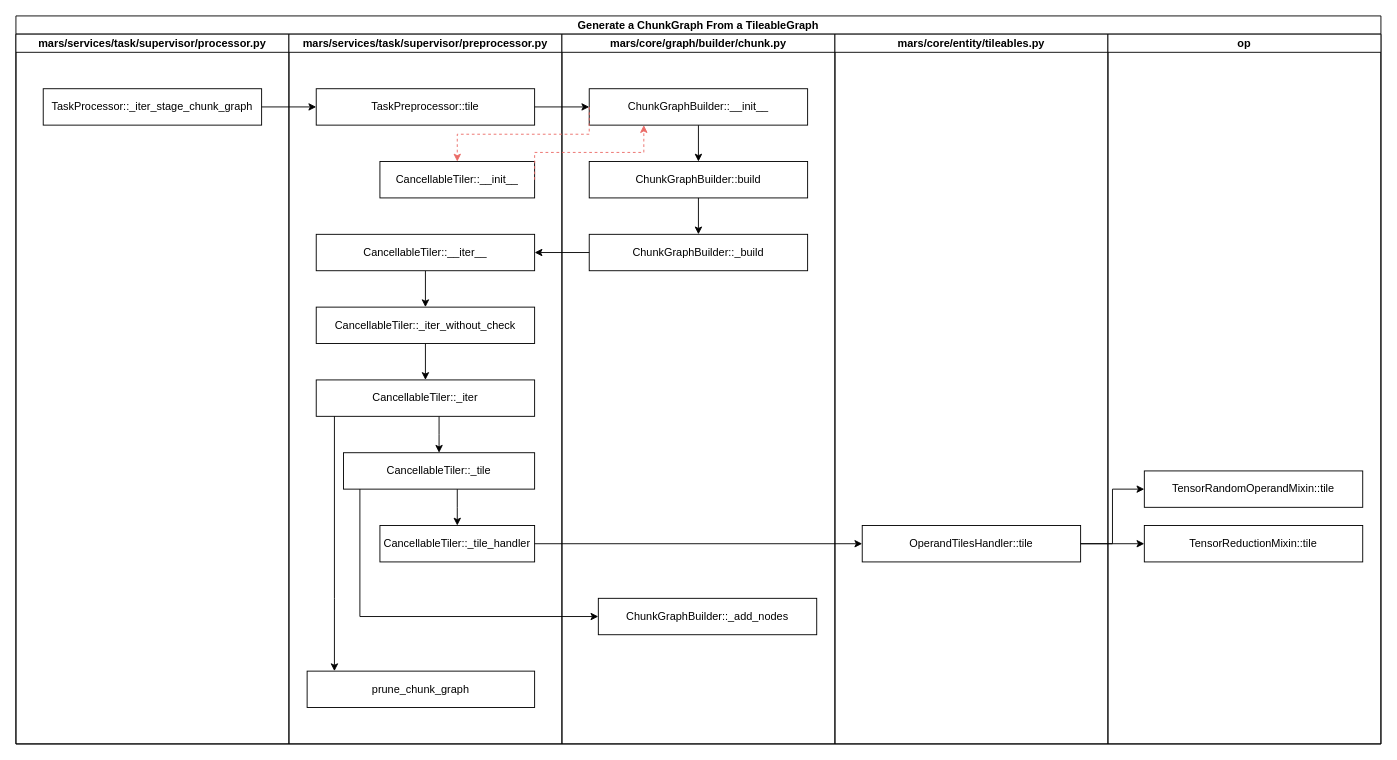
Above: page "Tile" (3 of 3) of graphs/mars_cluster_startup_flow_0.1.drawio in zhongchun/daily (draw.io), before the change. Source tidied: cells renumbered, new cells numbered last; positions are measured from the earlier drawing's top-left corner, leaving out a move shared by most shapes. Both pictures are drawn from the tidied source at 91%, with x=0, y=0 at pixel (15, 15).
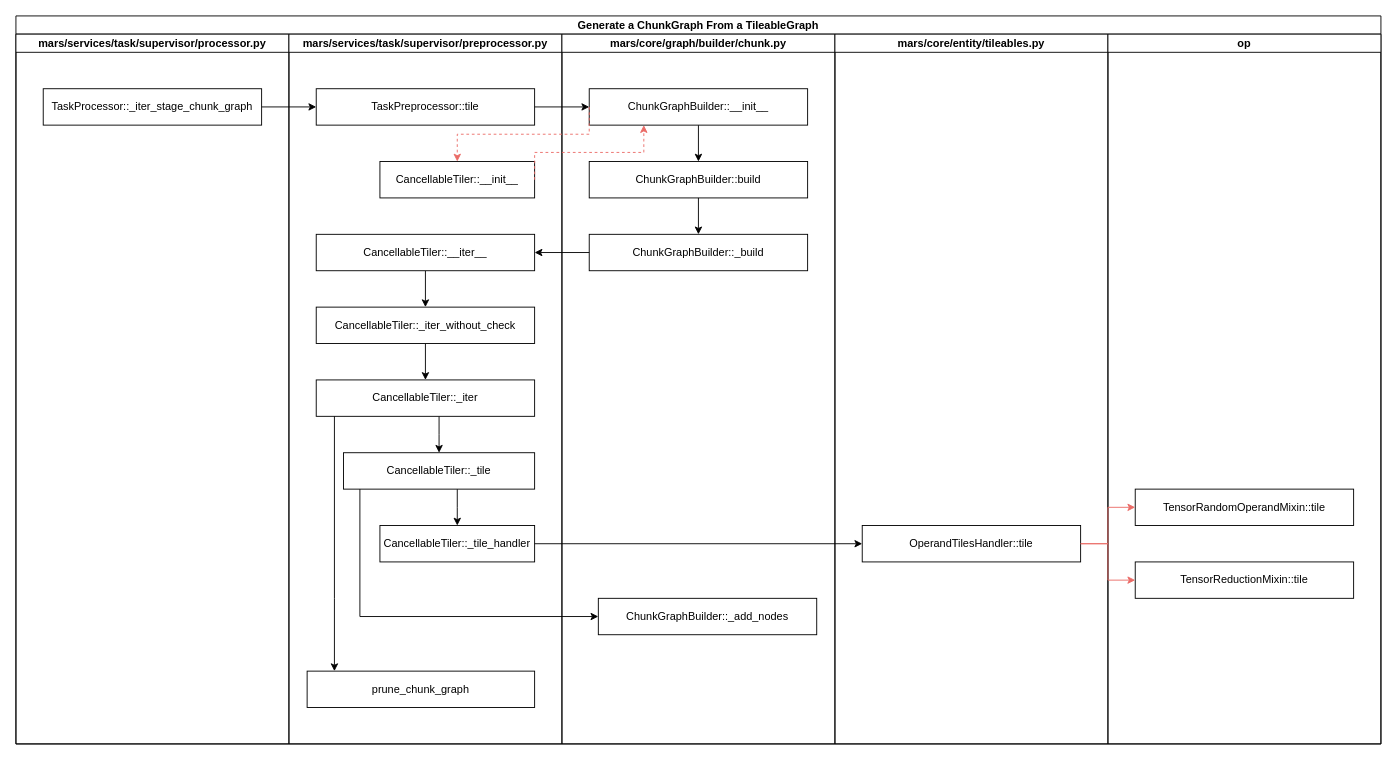
The same diagram, later.

The change refers to these unchanged cells:
```xml
<mxCell id="2" value="Generate a ChunkGraph From a TileableGraph" style="swimlane;startSize=20;" parent="1" vertex="1">
  <mxGeometry width="1500" height="800" as="geometry" />
</mxCell>
<mxCell id="28" value="OperandTilesHandler::tile" style="rounded=0;whiteSpace=wrap;html=1;" parent="27" vertex="1">
  <mxGeometry x="30" y="540" width="240" height="40" as="geometry" />
</mxCell>
<mxCell id="33" value="op" style="swimlane;startSize=20;" parent="2" vertex="1">
  <mxGeometry x="1200" y="20" width="300" height="780" as="geometry" />
</mxCell>
```

Diff of the diagram source:
```diff
@@
     <mxCell id="34" value="TensorRandomOperandMixin::tile" style="rounded=0;whiteSpace=wrap;html=1;" parent="33" vertex="1">
-      <mxGeometry x="40" y="480" width="240" height="40" as="geometry" />
+      <mxGeometry x="30" y="500" width="240" height="40" as="geometry" />
     </mxCell>
     <mxCell id="35" value="TensorReductionMixin::tile" style="rounded=0;whiteSpace=wrap;html=1;" parent="33" vertex="1">
-      <mxGeometry x="40" y="540" width="240" height="40" as="geometry" />
+      <mxGeometry x="30" y="580" width="240" height="40" as="geometry" />
     </mxCell>
-    <mxCell id="36" style="edgeStyle=elbowEdgeStyle;rounded=0;jettySize=auto;html=1;fontSize=12;fontColor=#F19C99;startArrow=none;startFill=0;endArrow=classic;endFill=1;startSize=6;endSize=6;strokeColor=#000000;" parent="2" edge="1" source="28" target="34">
+    <mxCell id="36" style="edgeStyle=elbowEdgeStyle;rounded=0;jettySize=auto;html=1;fontSize=12;fontColor=#F19C99;startArrow=none;startFill=0;endArrow=classic;endFill=1;startSize=6;endSize=6;strokeColor=#EA6B66;" parent="2" edge="1" source="28" target="34">
       <mxGeometry relative="1" as="geometry" />
     </mxCell>
-    <mxCell id="37" style="edgeStyle=elbowEdgeStyle;rounded=0;jettySize=auto;html=1;fontSize=12;fontColor=#F19C99;startArrow=none;startFill=0;endArrow=classic;endFill=1;startSize=6;endSize=6;strokeColor=#000000;entryX=0;entryY=0.5;entryDx=0;entryDy=0;exitX=1;exitY=0.5;exitDx=0;exitDy=0;" parent="2" edge="1" source="28" target="35">
+    <mxCell id="37" style="edgeStyle=elbowEdgeStyle;rounded=0;jettySize=auto;html=1;fontSize=12;fontColor=#F19C99;startArrow=none;startFill=0;endArrow=classic;endFill=1;startSize=6;endSize=6;strokeColor=#EA6B66;entryX=0;entryY=0.5;entryDx=0;entryDy=0;exitX=1;exitY=0.5;exitDx=0;exitDy=0;" parent="2" edge="1" source="28" target="35">
       <mxGeometry relative="1" as="geometry" />
     </mxCell>
```
